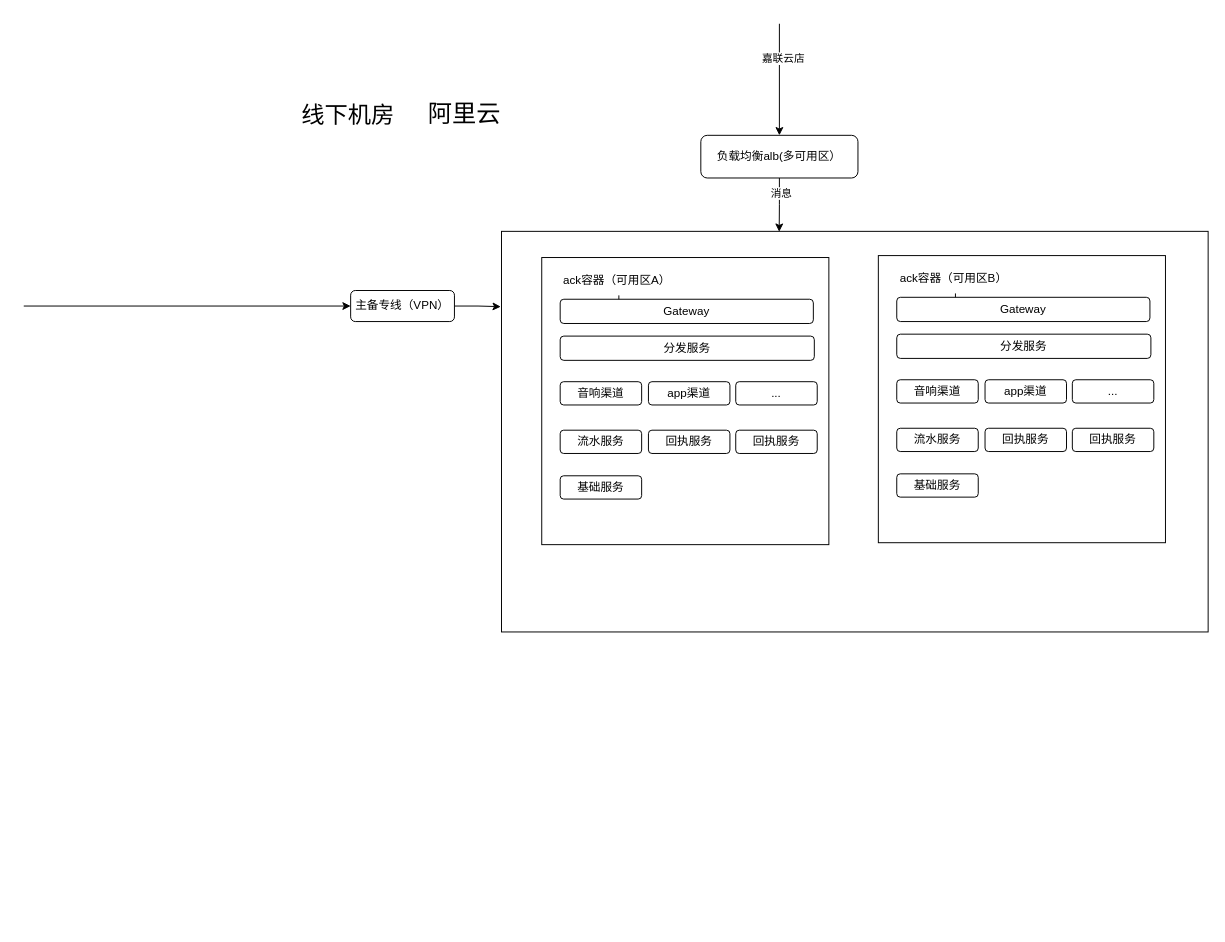
lewis-lab/hello-world keeps this draw.io diagram as 推送可用区分析.drawio. Above is the earlier version. Source tidied: cells renumbered, new cells numbered last; positions are measured from the earlier drawing's top-left corner, leaving out a move shared by most shapes. Both pictures are drawn from the tidied source at 97%, with x=0, y=0 at pixel (23, 23).
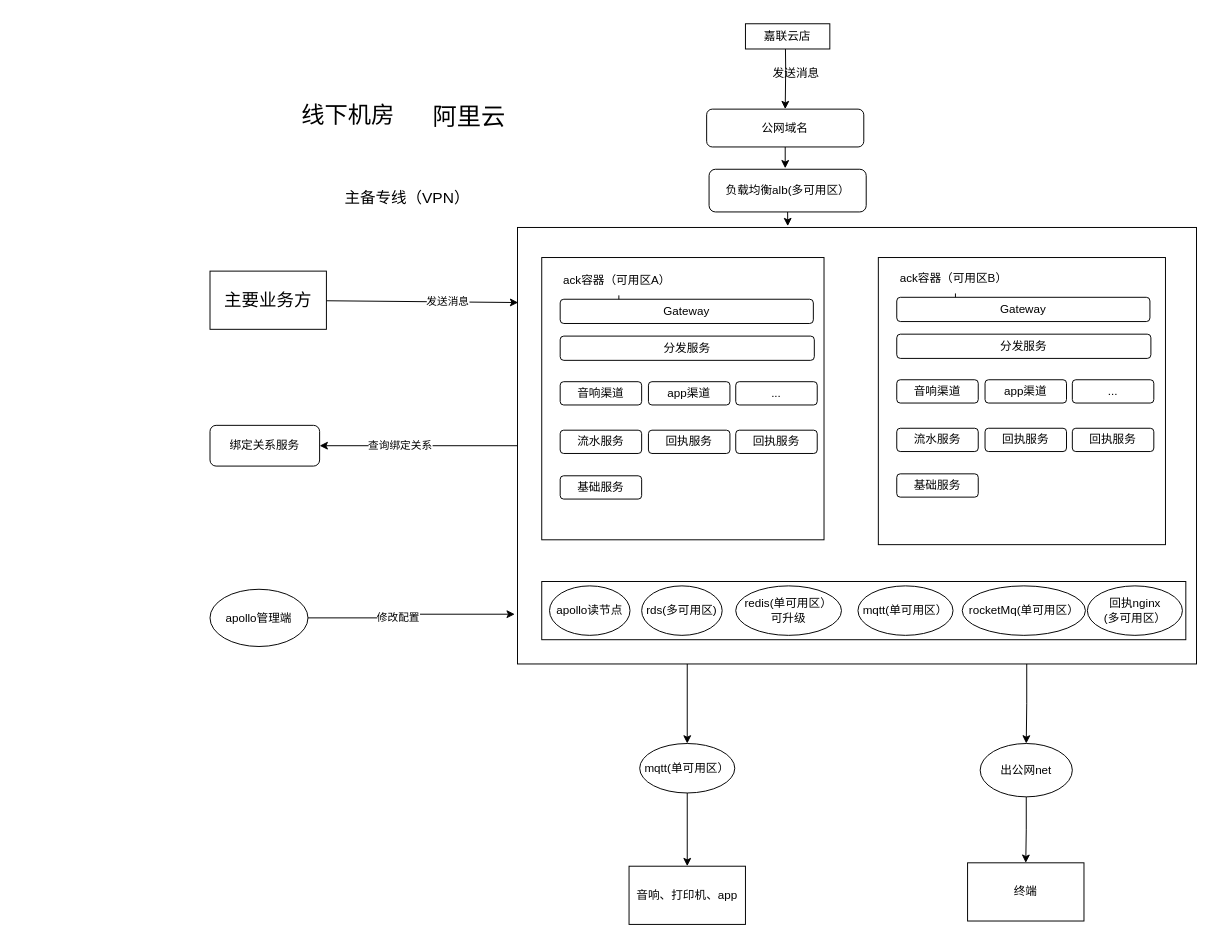
The same diagram, later.

Commit message:
更新推送可用区分析.drawio

What changed in the source:
```diff
@@
-    <mxCell id="2" style="edgeStyle=orthogonalEdgeStyle;rounded=0;jettySize=auto;html=1;exitX=0.5;exitY=1;exitDx=0;exitDy=0;entryX=0.393;entryY=0.001;entryDx=0;entryDy=0;entryPerimeter=0;" parent="1" edge="1" source="4" target="29">
-      <mxGeometry relative="1" as="geometry" />
-    </mxCell>
-    <mxCell id="3" value="消息" style="edgeLabel;html=1;align=center;verticalAlign=middle;" parent="2" vertex="1">
-      <mxGeometry x="-0.41" y="1" relative="1" as="geometry">
-        <mxPoint y="-1" as="offset" />
-      </mxGeometry>
-    </mxCell>
+    <mxCell id="37" style="edgeStyle=orthogonalEdgeStyle;rounded=0;jettySize=auto;html=1;entryX=1;entryY=0.5;entryDx=0;entryDy=0;" parent="1" edge="1" source="29" target="48">
+      <mxGeometry relative="1" as="geometry" />
+    </mxCell>
+    <mxCell id="38" value="查询绑定关系" style="edgeLabel;html=1;align=center;verticalAlign=middle;" parent="37" vertex="1">
+      <mxGeometry x="0.19" y="-1" relative="1" as="geometry">
+        <mxPoint x="-1" as="offset" />
+      </mxGeometry>
+    </mxCell>
+    <mxCell id="39" style="edgeStyle=orthogonalEdgeStyle;rounded=0;jettySize=auto;html=1;exitX=0.25;exitY=1;exitDx=0;exitDy=0;entryX=0.5;entryY=0;entryDx=0;entryDy=0;" parent="1" edge="1" source="29" target="62">
+      <mxGeometry relative="1" as="geometry" />
+    </mxCell>
+    <mxCell id="40" style="edgeStyle=orthogonalEdgeStyle;rounded=0;jettySize=auto;html=1;exitX=0.75;exitY=1;exitDx=0;exitDy=0;entryX=0.5;entryY=0;entryDx=0;entryDy=0;" parent="1" edge="1" source="29" target="58">
+      <mxGeometry relative="1" as="geometry" />
+    </mxCell>
+    <mxCell id="29" style="rounded=0;whiteSpace=wrap;html=1;fillStyle=auto;gradientColor=default;fillColor=none;" parent="1" vertex="1">
+      <mxGeometry x="509" y="210" width="700" height="450" as="geometry" />
+    </mxCell>
+    <mxCell id="41" style="edgeStyle=orthogonalEdgeStyle;rounded=0;jettySize=auto;html=1;exitX=0.5;exitY=1;exitDx=0;exitDy=0;" parent="1" edge="1" source="4">
+      <mxGeometry relative="1" as="geometry">
+        <mxPoint x="785" y="149" as="targetPoint" />
+        <Array as="points">
+          <mxPoint x="785" y="149" />
+          <mxPoint x="785" y="149" />
+        </Array>
+      </mxGeometry>
+    </mxCell>
-    <mxCell id="4" value="负载均衡alb(多可用区）" style="rounded=1;whiteSpace=wrap;html=1;" parent="1" vertex="1">
-      <mxGeometry x="698" y="115" width="162" height="44" as="geometry" />
+    <mxCell id="4" value="公网域名" style="rounded=1;whiteSpace=wrap;html=1;" parent="1" vertex="1">
+      <mxGeometry x="704" y="88" width="162" height="39" as="geometry" />
     </mxCell>
     <mxCell id="5" style="whiteSpace=wrap;html=1;" parent="1" vertex="1">
-      <mxGeometry x="534" y="241" width="296" height="296" as="geometry" />
+      <mxGeometry x="534" y="241" width="291" height="291" as="geometry" />
     </mxCell>
@@
     <mxCell id="17" style="whiteSpace=wrap;html=1;" parent="1" vertex="1">
-      <mxGeometry x="881" y="239" width="296" height="296" as="geometry" />
+      <mxGeometry x="881" y="241" width="296" height="296" as="geometry" />
     </mxCell>
@@
-    <mxCell id="29" style="rounded=0;whiteSpace=wrap;html=1;fillStyle=auto;gradientColor=default;fillColor=none;" parent="1" vertex="1">
-      <mxGeometry x="492.5" y="214" width="728.5" height="413" as="geometry" />
-    </mxCell>
-    <mxCell id="30" style="edgeStyle=orthogonalEdgeStyle;rounded=0;jettySize=auto;html=1;entryX=-0.001;entryY=0.188;entryDx=0;entryDy=0;entryPerimeter=0;" parent="1" edge="1" source="31" target="29">
-      <mxGeometry relative="1" as="geometry" />
-    </mxCell>
-    <mxCell id="31" value="主备专线（VPN）" style="rounded=1;whiteSpace=wrap;html=1;" parent="1" vertex="1">
-      <mxGeometry x="337" y="275" width="107" height="32" as="geometry" />
-    </mxCell>
@@
     <mxCell id="33" value="阿里云" style="text;html=1;align=center;verticalAlign=middle;strokeColor=none;fillColor=none;fontSize=25;" parent="1" vertex="1">
-      <mxGeometry x="407" y="71" width="93" height="42" as="geometry" />
+      <mxGeometry x="412" y="73.5" width="93" height="42" as="geometry" />
     </mxCell>
-    <mxCell id="34" style="endArrow=classic;html=1;rounded=0;entryX=0.5;entryY=0;entryDx=0;entryDy=0;" parent="1" edge="1" target="4">
-      <mxGeometry relative="1" as="geometry">
-        <mxPoint x="779" as="sourcePoint" />
-      </mxGeometry>
-    </mxCell>
+    <mxCell id="36" style="endArrow=classic;html=1;rounded=0;entryX=0.001;entryY=0.172;entryDx=0;entryDy=0;entryPerimeter=0;startArrow=none;" parent="1" edge="1" source="56" target="29">
+      <mxGeometry relative="1" as="geometry" />
+    </mxCell>
+    <mxCell id="42" value="发送消息" style="edgeLabel;html=1;align=center;verticalAlign=middle;" parent="36" vertex="1">
+      <mxGeometry x="0.25" y="2" relative="1" as="geometry">
+        <mxPoint y="1" as="offset" />
+      </mxGeometry>
+    </mxCell>
+    <mxCell id="43" style="edgeStyle=orthogonalEdgeStyle;rounded=0;orthogonalLoop=1;jettySize=auto;html=1;exitX=0.5;exitY=1;exitDx=0;exitDy=0;" parent="1" edge="1" source="29" target="29">
+      <mxGeometry relative="1" as="geometry" />
+    </mxCell>
+    <mxCell id="44" style="rounded=0;whiteSpace=wrap;html=1;" parent="1" vertex="1">
+      <mxGeometry x="534" y="575" width="664" height="60" as="geometry" />
+    </mxCell>
+    <mxCell id="45" value="apollo读节点" style="ellipse;whiteSpace=wrap;html=1;" parent="1" vertex="1">
+      <mxGeometry x="542" y="579.5" width="83" height="51" as="geometry" />
+    </mxCell>
+    <mxCell id="46" value="rds(多可用区)" style="ellipse;whiteSpace=wrap;html=1;" parent="1" vertex="1">
+      <mxGeometry x="637" y="579.5" width="83" height="51" as="geometry" />
+    </mxCell>
+    <mxCell id="47" value="redis(单可用区）&lt;br&gt;可升级" style="ellipse;whiteSpace=wrap;html=1;" parent="1" vertex="1">
+      <mxGeometry x="734" y="579.5" width="109" height="51" as="geometry" />
+    </mxCell>
+    <mxCell id="48" value="绑定关系服务" style="rounded=1;whiteSpace=wrap;html=1;" parent="1" vertex="1">
+      <mxGeometry x="192" y="414" width="113" height="42" as="geometry" />
+    </mxCell>
+    <mxCell id="49" value="rocketMq(单可用区）" style="ellipse;whiteSpace=wrap;html=1;" parent="1" vertex="1">
+      <mxGeometry x="967.5" y="579.5" width="127" height="51" as="geometry" />
+    </mxCell>
+    <mxCell id="50" style="edgeStyle=orthogonalEdgeStyle;rounded=0;orthogonalLoop=1;jettySize=auto;html=1;exitX=0.5;exitY=1;exitDx=0;exitDy=0;" parent="1" edge="1" source="29" target="29">
+      <mxGeometry relative="1" as="geometry" />
+    </mxCell>
+    <mxCell id="51" style="edgeStyle=orthogonalEdgeStyle;rounded=0;jettySize=auto;html=1;entryX=-0.004;entryY=0.886;entryDx=0;entryDy=0;entryPerimeter=0;" parent="1" edge="1" source="53" target="29">
+      <mxGeometry relative="1" as="geometry" />
+    </mxCell>
+    <mxCell id="52" value="修改配置" style="edgeLabel;html=1;align=center;verticalAlign=middle;" parent="51" vertex="1">
+      <mxGeometry x="-0.15" y="1" relative="1" as="geometry" />
+    </mxCell>
+    <mxCell id="53" value="apollo管理端" style="ellipse;whiteSpace=wrap;html=1;" parent="1" vertex="1">
+      <mxGeometry x="192" y="583" width="101" height="59" as="geometry" />
+    </mxCell>
+    <mxCell id="31" value="&lt;font style=&quot;font-size: 16px;&quot;&gt;主备专线（VPN）&lt;/font&gt;" style="text;html=1;align=center;verticalAlign=middle;points=[];strokeColor=none;fillColor=none;" parent="1" vertex="1">
+      <mxGeometry x="321" y="163" width="147" height="31" as="geometry" />
+    </mxCell>
+    <mxCell id="54" value="mqtt(单可用区）" style="ellipse;whiteSpace=wrap;html=1;" parent="1" vertex="1">
+      <mxGeometry x="860" y="579.5" width="98" height="51" as="geometry" />
+    </mxCell>
+    <mxCell id="55" value="回执nginx&lt;br&gt;(多可用区）" style="ellipse;whiteSpace=wrap;html=1;" parent="1" vertex="1">
+      <mxGeometry x="1096.5" y="579.5" width="98" height="51" as="geometry" />
+    </mxCell>
+    <mxCell id="56" value="&lt;font style=&quot;font-size: 18px;&quot;&gt;主要业务方&lt;/font&gt;" style="rounded=0;whiteSpace=wrap;html=1;" parent="1" vertex="1">
+      <mxGeometry x="192" y="255" width="120" height="60" as="geometry" />
+    </mxCell>
+    <mxCell id="57" style="edgeStyle=orthogonalEdgeStyle;rounded=0;jettySize=auto;html=1;entryX=0.5;entryY=0;entryDx=0;entryDy=0;" parent="1" edge="1" source="58" target="64">
+      <mxGeometry relative="1" as="geometry" />
+    </mxCell>
+    <mxCell id="58" value="出公网net" style="ellipse;whiteSpace=wrap;html=1;" parent="1" vertex="1">
+      <mxGeometry x="986" y="742" width="95" height="55" as="geometry" />
+    </mxCell>
+    <mxCell id="59" style="edgeStyle=orthogonalEdgeStyle;rounded=0;jettySize=auto;html=1;" parent="1" edge="1" target="4">
+      <mxGeometry relative="1" as="geometry">
+        <mxPoint x="785" y="5" as="sourcePoint" />
+      </mxGeometry>
+    </mxCell>
+    <mxCell id="60" value="发送消息" style="text;html=1;align=center;verticalAlign=middle;strokeColor=none;fillColor=none;" parent="1" vertex="1">
+      <mxGeometry x="763" y="38" width="66" height="26" as="geometry" />
+    </mxCell>
+    <mxCell id="61" style="edgeStyle=orthogonalEdgeStyle;rounded=0;jettySize=auto;html=1;" parent="1" edge="1" source="62" target="63">
+      <mxGeometry relative="1" as="geometry" />
+    </mxCell>
+    <mxCell id="62" value="mqtt(单可用区）" style="ellipse;whiteSpace=wrap;html=1;" parent="1" vertex="1">
+      <mxGeometry x="635" y="742" width="98" height="51" as="geometry" />
+    </mxCell>
+    <mxCell id="63" value="音响、打印机、app" style="whiteSpace=wrap;html=1;" parent="1" vertex="1">
+      <mxGeometry x="624" y="868.5" width="120" height="60" as="geometry" />
+    </mxCell>
+    <mxCell id="64" value="终端" style="whiteSpace=wrap;html=1;" parent="1" vertex="1">
+      <mxGeometry x="973" y="865" width="120" height="60" as="geometry" />
+    </mxCell>
-    <mxCell id="35" value="嘉联云店" style="edgeLabel;html=1;align=center;verticalAlign=middle;" parent="34" vertex="1">
-      <mxGeometry x="-0.4" y="3" relative="1" as="geometry" />
+    <mxCell id="35" value="嘉联云店" style="rounded=0;whiteSpace=wrap;html=1;" parent="1" vertex="1">
+      <mxGeometry x="744" width="87" height="26" as="geometry" />
     </mxCell>
-    <mxCell id="36" style="endArrow=classic;html=1;rounded=0;entryX=0;entryY=0.5;entryDx=0;entryDy=0;" parent="1" edge="1" target="31">
-      <mxGeometry relative="1" as="geometry">
-        <mxPoint y="291" as="sourcePoint" />
-      </mxGeometry>
-    </mxCell>
+    <mxCell id="65" style="edgeStyle=orthogonalEdgeStyle;rounded=0;jettySize=auto;html=1;exitX=0.5;exitY=1;exitDx=0;exitDy=0;entryX=0.398;entryY=-0.003;entryDx=0;entryDy=0;entryPerimeter=0;" parent="1" edge="1" source="66" target="29">
+      <mxGeometry relative="1" as="geometry" />
+    </mxCell>
+    <mxCell id="66" value="负载均衡alb(多可用区）" style="rounded=1;whiteSpace=wrap;html=1;" parent="1" vertex="1">
+      <mxGeometry x="706.5" y="150" width="162" height="44" as="geometry" />
+    </mxCell>
```
